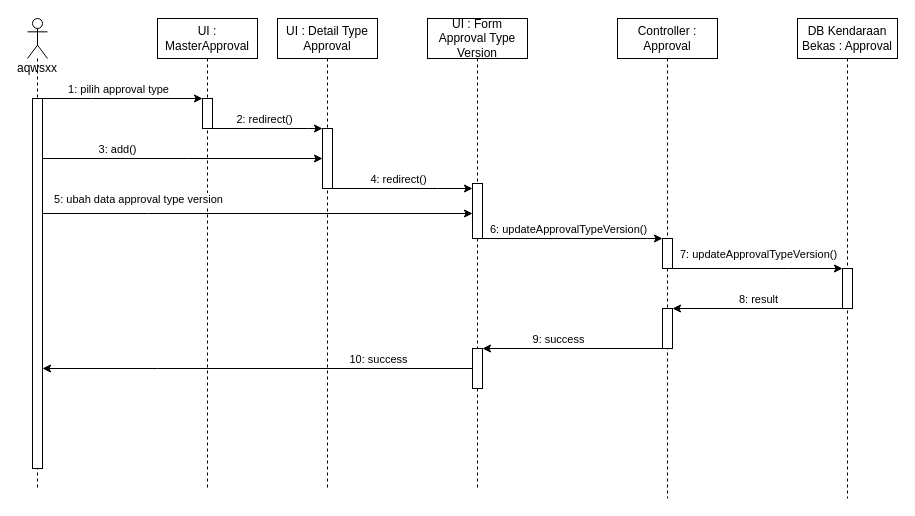
Above: page "Update Approval Type Version" (18 of 25) of UML/Sequence Web.drawio in DevinWilliady/KendaraanBekasUML (draw.io), before the change. Source tidied: cells renumbered, new cells numbered last; positions are measured from the earlier drawing's top-left corner, leaving out a move shared by most shapes. Both pictures are drawn from the tidied source at 100%, with x=0, y=0 at pixel (27, 18).
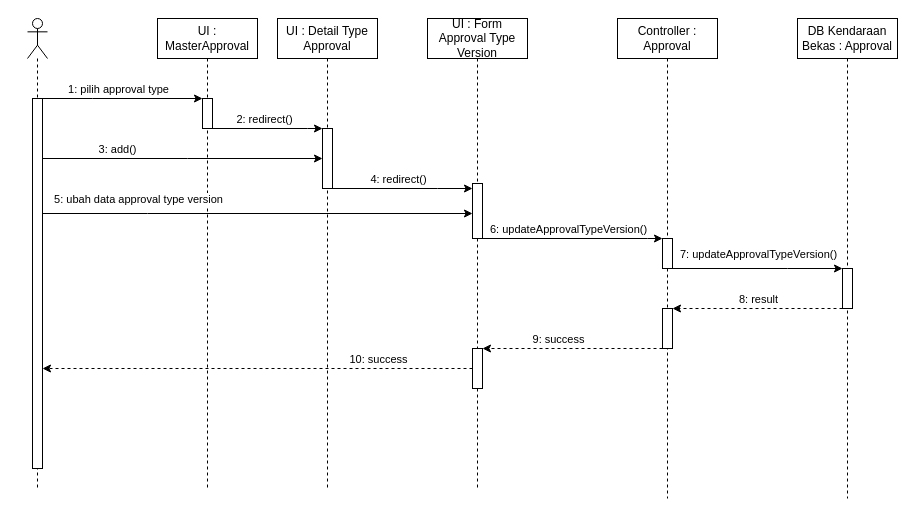
Above is the later version.

Unchanged cells that the change refers to:
```xml
<mxCell id="3" style="html=1;points=[];perimeter=orthogonalPerimeter;" parent="2" vertex="1">
  <mxGeometry x="5" y="80" width="10" height="370" as="geometry" />
</mxCell>
<mxCell id="8" style="html=1;points=[];perimeter=orthogonalPerimeter;" parent="6" vertex="1">
  <mxGeometry x="45" y="290" width="10" height="40" as="geometry" />
</mxCell>
<mxCell id="10" style="html=1;points=[];perimeter=orthogonalPerimeter;" parent="9" vertex="1">
  <mxGeometry x="45" y="250" width="10" height="40" as="geometry" />
</mxCell>
<mxCell id="21" style="html=1;points=[];perimeter=orthogonalPerimeter;" parent="19" vertex="1">
  <mxGeometry x="45" y="330" width="10" height="40" as="geometry" />
</mxCell>
```

What changed in the source:
```diff
@@
-    <mxCell id="2" value="aqwsxx" style="shape=umlLifeline;participant=umlActor;perimeter=lifelinePerimeter;whiteSpace=wrap;html=1;verticalAlign=top;spacingTop=36;" parent="1" vertex="1">
+    <mxCell id="2" style="shape=umlLifeline;participant=umlActor;perimeter=lifelinePerimeter;whiteSpace=wrap;html=1;verticalAlign=top;spacingTop=36;" parent="1" vertex="1">
       <mxGeometry width="20" height="470" as="geometry" />
     </mxCell>
@@
-    <mxCell id="30" style="edgeStyle=orthogonalEdgeStyle;rounded=0;jettySize=auto;html=1;" parent="1" edge="1" source="10" target="8">
+    <mxCell id="30" style="edgeStyle=orthogonalEdgeStyle;rounded=0;jettySize=auto;html=1;dashed=1;" parent="1" edge="1" source="10" target="8">
       <mxGeometry relative="1" as="geometry">
         <Array as="points">
           <mxPoint x="640" y="290" />
         </Array>
       </mxGeometry>
     </mxCell>
@@
-    <mxCell id="32" style="edgeStyle=orthogonalEdgeStyle;rounded=0;jettySize=auto;html=1;" parent="1" edge="1" source="8" target="21">
+    <mxCell id="32" style="edgeStyle=orthogonalEdgeStyle;rounded=0;jettySize=auto;html=1;dashed=1;" parent="1" edge="1" source="8" target="21">
       <mxGeometry relative="1" as="geometry">
         <Array as="points">
           <mxPoint x="450" y="330" />
         </Array>
       </mxGeometry>
     </mxCell>
@@
-    <mxCell id="34" style="edgeStyle=orthogonalEdgeStyle;rounded=0;jettySize=auto;html=1;" parent="1" edge="1" source="21" target="3">
+    <mxCell id="34" style="edgeStyle=orthogonalEdgeStyle;rounded=0;jettySize=auto;html=1;dashed=1;" parent="1" edge="1" source="21" target="3">
       <mxGeometry relative="1" as="geometry">
         <Array as="points">
           <mxPoint x="130" y="350" />
           <mxPoint x="130" y="350" />
         </Array>
       </mxGeometry>
     </mxCell>
```
